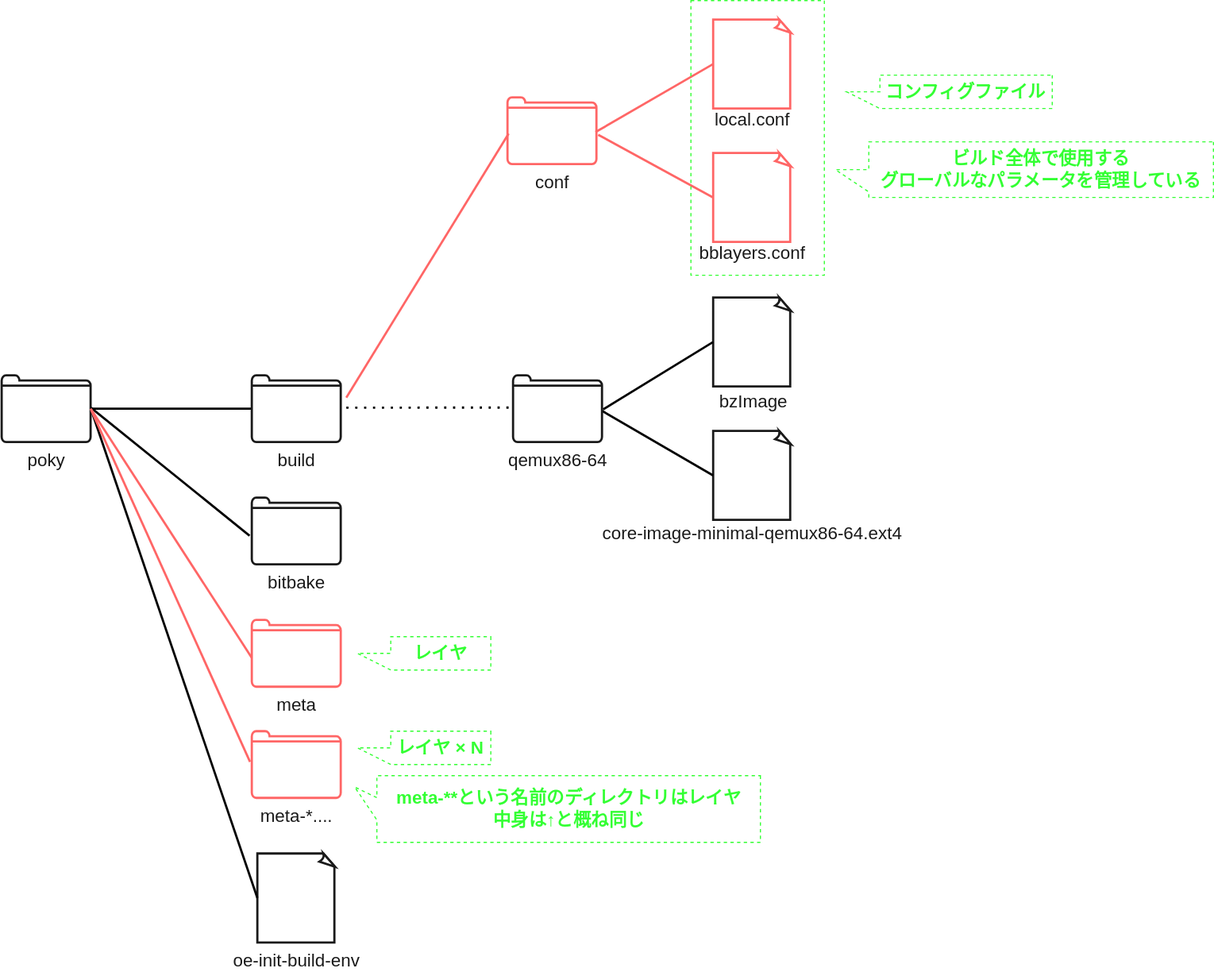
Before: manual/docs/level-2/images/poky_directory_rough.drawio.svg, a diagram exported from draw.io (AngryMane/yocto-learning). Source tidied: cells renumbered, new cells last; positions are measured from the earlier drawing's top-left corner, leaving out a move shared by most shapes. Its diagram source:
```xml
<mxGraphModel>
  <root>
    <mxCell id="0" />
    <mxCell id="1" parent="0" />
    <mxCell id="2" style="whiteSpace=wrap;html=1;shape=mxgraph.basic.document;strokeColor=#1A1A1A;strokeWidth=2;fontColor=#1A1A1A;" parent="1" vertex="1">
      <mxGeometry x="230" y="767" width="70" height="80" as="geometry" />
    </mxCell>
    <mxCell id="3" style="edgeStyle=none;html=1;fontSize=16;fontColor=#FFFFFF;endArrow=none;endFill=0;strokeWidth=2;" parent="1" edge="1" source="7" target="8">
      <mxGeometry relative="1" as="geometry" />
    </mxCell>
    <mxCell id="4" style="edgeStyle=none;html=1;entryX=-0.025;entryY=0.57;entryDx=0;entryDy=0;entryPerimeter=0;fontSize=16;fontColor=#FFFFFF;endArrow=none;endFill=0;strokeWidth=2;exitX=1.003;exitY=0.484;exitDx=0;exitDy=0;exitPerimeter=0;" parent="1" edge="1" source="7" target="9">
      <mxGeometry relative="1" as="geometry" />
    </mxCell>
    <mxCell id="5" style="edgeStyle=none;html=1;entryX=0;entryY=0.5;entryDx=0;entryDy=0;entryPerimeter=0;fontSize=16;fontColor=#FFFFFF;endArrow=none;endFill=0;strokeWidth=2;exitX=0.988;exitY=0.444;exitDx=0;exitDy=0;exitPerimeter=0;" parent="1" edge="1" source="7" target="2">
      <mxGeometry relative="1" as="geometry" />
    </mxCell>
    <mxCell id="6" style="edgeStyle=none;html=1;entryX=0.005;entryY=0.577;entryDx=0;entryDy=0;entryPerimeter=0;fontSize=16;fontColor=#FFFFFF;endArrow=none;endFill=0;strokeWidth=2;exitX=1.003;exitY=0.504;exitDx=0;exitDy=0;exitPerimeter=0;strokeColor=#FF6666;" parent="1" edge="1" source="7" target="11">
      <mxGeometry relative="1" as="geometry" />
    </mxCell>
    <mxCell id="7" value="poky" style="html=1;verticalLabelPosition=bottom;align=center;labelBackgroundColor=none;verticalAlign=top;strokeWidth=2;strokeColor=#1A1A1A;shadow=0;dashed=0;shape=mxgraph.ios7.icons.folder;fontColor=#1A1A1A;fontSize=16;" parent="1" vertex="1">
      <mxGeometry y="337" width="80" height="60" as="geometry" />
    </mxCell>
    <mxCell id="8" value="build" style="html=1;verticalLabelPosition=bottom;align=center;labelBackgroundColor=none;verticalAlign=top;strokeWidth=2;strokeColor=#1A1A1A;shadow=0;dashed=0;shape=mxgraph.ios7.icons.folder;fontColor=#1A1A1A;fontSize=16;" parent="1" vertex="1">
      <mxGeometry x="225" y="337" width="80" height="60" as="geometry" />
    </mxCell>
    <mxCell id="9" value="bitbake" style="html=1;verticalLabelPosition=bottom;align=center;labelBackgroundColor=none;verticalAlign=top;strokeWidth=2;strokeColor=#1A1A1A;shadow=0;dashed=0;shape=mxgraph.ios7.icons.folder;fontColor=#1A1A1A;fontSize=16;" parent="1" vertex="1">
      <mxGeometry x="225" y="447" width="80" height="60" as="geometry" />
    </mxCell>
    <mxCell id="10" value="oe-init-build-env" style="text;html=1;align=center;verticalAlign=middle;strokeColor=none;fillColor=none;fontSize=16;fontColor=#1A1A1A;" parent="1" vertex="1">
      <mxGeometry x="200" y="852.5" width="130" height="20" as="geometry" />
    </mxCell>
    <mxCell id="11" value="meta" style="html=1;verticalLabelPosition=bottom;align=center;labelBackgroundColor=none;verticalAlign=top;strokeWidth=2;strokeColor=#FF6666;shadow=0;dashed=0;shape=mxgraph.ios7.icons.folder;fontColor=#1A1A1A;fontSize=16;" parent="1" vertex="1">
      <mxGeometry x="225" y="557" width="80" height="60" as="geometry" />
    </mxCell>
    <mxCell id="12" style="whiteSpace=wrap;html=1;shape=mxgraph.basic.document;strokeColor=#1A1A1A;strokeWidth=2;fontColor=#1A1A1A;" parent="1" vertex="1">
      <mxGeometry x="640" y="267" width="70" height="80" as="geometry" />
    </mxCell>
    <mxCell id="13" style="whiteSpace=wrap;html=1;shape=mxgraph.basic.document;strokeColor=#1A1A1A;strokeWidth=2;fontColor=#1A1A1A;" parent="1" vertex="1">
      <mxGeometry x="640" y="387" width="70" height="80" as="geometry" />
    </mxCell>
    <mxCell id="14" style="endArrow=none;dashed=1;html=1;dashPattern=1 3;strokeWidth=2;fontSize=16;fontColor=#FFFFFF;entryX=0;entryY=0.483;entryDx=0;entryDy=0;entryPerimeter=0;" parent="1" edge="1" target="17">
      <mxGeometry relative="1" as="geometry">
        <mxPoint x="310" y="366" as="sourcePoint" />
      </mxGeometry>
    </mxCell>
    <mxCell id="15" style="edgeStyle=none;html=1;entryX=0;entryY=0.5;entryDx=0;entryDy=0;entryPerimeter=0;fontSize=16;fontColor=#FFFFFF;endArrow=none;endFill=0;strokeWidth=2;exitX=1.013;exitY=0.51;exitDx=0;exitDy=0;exitPerimeter=0;" parent="1" edge="1" source="17" target="12">
      <mxGeometry relative="1" as="geometry" />
    </mxCell>
    <mxCell id="16" style="edgeStyle=none;html=1;entryX=0;entryY=0.5;entryDx=0;entryDy=0;entryPerimeter=0;fontSize=16;fontColor=#FFFFFF;endArrow=none;endFill=0;strokeWidth=2;exitX=0.998;exitY=0.53;exitDx=0;exitDy=0;exitPerimeter=0;" parent="1" edge="1" source="17" target="13">
      <mxGeometry relative="1" as="geometry" />
    </mxCell>
    <mxCell id="17" value="qemux86-64" style="html=1;verticalLabelPosition=bottom;align=center;labelBackgroundColor=none;verticalAlign=top;strokeWidth=2;strokeColor=#1A1A1A;shadow=0;dashed=0;shape=mxgraph.ios7.icons.folder;fontColor=#1A1A1A;fontSize=16;" parent="1" vertex="1">
      <mxGeometry x="460" y="337" width="80" height="60" as="geometry" />
    </mxCell>
    <mxCell id="18" value="bzImage" style="text;html=1;align=center;verticalAlign=middle;strokeColor=none;fillColor=none;fontSize=16;fontColor=#1A1A1A;" parent="1" vertex="1">
      <mxGeometry x="636" y="350" width="80" height="20" as="geometry" />
    </mxCell>
    <mxCell id="19" value="core-image-minimal-qemux86-64.ext4" style="text;html=1;align=center;verticalAlign=middle;strokeColor=none;fillColor=none;fontSize=16;fontColor=#1A1A1A;" parent="1" vertex="1">
      <mxGeometry x="535" y="469" width="280" height="20" as="geometry" />
    </mxCell>
    <mxCell id="20" value="conf" style="html=1;verticalLabelPosition=bottom;align=center;labelBackgroundColor=none;verticalAlign=top;strokeWidth=2;strokeColor=#FF6666;shadow=0;dashed=0;shape=mxgraph.ios7.icons.folder;fontColor=#1A1A1A;fontSize=16;" parent="1" vertex="1">
      <mxGeometry x="455" y="87" width="80" height="60" as="geometry" />
    </mxCell>
    <mxCell id="21" style="edgeStyle=none;html=1;fontSize=16;fontColor=#FFFFFF;endArrow=none;endFill=0;strokeWidth=2;entryX=0.013;entryY=0.544;entryDx=0;entryDy=0;entryPerimeter=0;strokeColor=#FF6666;" parent="1" edge="1" target="20">
      <mxGeometry relative="1" as="geometry">
        <mxPoint x="310" y="357" as="sourcePoint" />
      </mxGeometry>
    </mxCell>
    <mxCell id="22" style="whiteSpace=wrap;html=1;shape=mxgraph.basic.document;strokeColor=#FF6666;strokeWidth=2;fontColor=#1A1A1A;" parent="1" vertex="1">
      <mxGeometry x="640" y="17" width="70" height="80" as="geometry" />
    </mxCell>
    <mxCell id="23" style="whiteSpace=wrap;html=1;shape=mxgraph.basic.document;strokeColor=#FF6666;strokeWidth=2;fontColor=#1A1A1A;" parent="1" vertex="1">
      <mxGeometry x="640" y="137" width="70" height="80" as="geometry" />
    </mxCell>
    <mxCell id="24" value="local.conf" style="text;html=1;align=center;verticalAlign=middle;strokeColor=none;fillColor=none;fontSize=16;fontColor=#1A1A1A;" parent="1" vertex="1">
      <mxGeometry x="635" y="97" width="80" height="20" as="geometry" />
    </mxCell>
    <mxCell id="25" value="bblayers.conf" style="text;html=1;align=center;verticalAlign=middle;strokeColor=none;fillColor=none;fontSize=16;fontColor=#1A1A1A;" parent="1" vertex="1">
      <mxGeometry x="620" y="217" width="110" height="20" as="geometry" />
    </mxCell>
    <mxCell id="26" style="edgeStyle=none;html=1;fontSize=16;fontColor=#FFFFFF;endArrow=none;endFill=0;strokeWidth=2;entryX=0;entryY=0.5;entryDx=0;entryDy=0;entryPerimeter=0;exitX=0.99;exitY=0.52;exitDx=0;exitDy=0;exitPerimeter=0;strokeColor=#FF6666;" parent="1" edge="1" source="20" target="22">
      <mxGeometry relative="1" as="geometry" />
    </mxCell>
    <mxCell id="27" style="edgeStyle=none;html=1;fontSize=16;fontColor=#FFFFFF;endArrow=none;endFill=0;strokeWidth=2;entryX=0;entryY=0.5;entryDx=0;entryDy=0;entryPerimeter=0;exitX=1.02;exitY=0.56;exitDx=0;exitDy=0;exitPerimeter=0;strokeColor=#FF6666;" parent="1" edge="1" source="20" target="23">
      <mxGeometry relative="1" as="geometry" />
    </mxCell>
    <mxCell id="28" value="meta-*...." style="html=1;verticalLabelPosition=bottom;align=center;labelBackgroundColor=none;verticalAlign=top;strokeWidth=2;strokeColor=#FF6666;shadow=0;dashed=0;shape=mxgraph.ios7.icons.folder;fontColor=#1A1A1A;fontSize=16;" parent="1" vertex="1">
      <mxGeometry x="225" y="657" width="80" height="60" as="geometry" />
    </mxCell>
    <mxCell id="29" style="edgeStyle=none;html=1;entryX=-0.02;entryY=0.46;entryDx=0;entryDy=0;entryPerimeter=0;fontSize=16;fontColor=#FFFFFF;endArrow=none;endFill=0;strokeWidth=2;exitX=1;exitY=0.5;exitDx=0;exitDy=0;exitPerimeter=0;strokeColor=#FF6666;" parent="1" edge="1" source="7" target="28">
      <mxGeometry relative="1" as="geometry" />
    </mxCell>
    <mxCell id="30" value="レイヤ" style="shape=callout;whiteSpace=wrap;html=1;perimeter=calloutPerimeter;dashed=1;strokeWidth=1;fillColor=none;direction=south;strokeColor=#33FF33;fontColor=#33FF33;fontStyle=1;fontSize=16;" parent="1" vertex="1">
      <mxGeometry x="320" y="572" width="120" height="30" as="geometry" />
    </mxCell>
    <mxCell id="31" value="meta-**という名前のディレクトリはレイヤ&lt;br&gt;中身は↑と概ね同じ" style="shape=callout;whiteSpace=wrap;html=1;perimeter=calloutPerimeter;dashed=1;strokeWidth=1;fillColor=none;direction=south;strokeColor=#33FF33;fontColor=#33FF33;fontStyle=1;fontSize=16;size=20;position=0.33;position2=0.17;" parent="1" vertex="1">
      <mxGeometry x="317.5" y="697" width="365" height="60" as="geometry" />
    </mxCell>
    <mxCell id="32" value="コンフィグファイル" style="shape=callout;whiteSpace=wrap;html=1;perimeter=calloutPerimeter;dashed=1;strokeWidth=1;fillColor=none;direction=south;strokeColor=#33FF33;fontColor=#33FF33;fontStyle=1;fontSize=16;" parent="1" vertex="1">
      <mxGeometry x="760" y="67" width="185" height="30" as="geometry" />
    </mxCell>
    <mxCell id="33" value="ビルド全体で使用する&lt;br&gt;グローバルなパラメータを管理している" style="shape=callout;whiteSpace=wrap;html=1;perimeter=calloutPerimeter;dashed=1;strokeWidth=1;fillColor=none;direction=south;strokeColor=#33FF33;fontColor=#33FF33;fontStyle=1;fontSize=16;" parent="1" vertex="1">
      <mxGeometry x="750" y="127" width="340" height="50" as="geometry" />
    </mxCell>
    <mxCell id="34" value="レイヤ × N" style="shape=callout;whiteSpace=wrap;html=1;perimeter=calloutPerimeter;dashed=1;strokeWidth=1;fillColor=none;direction=south;strokeColor=#33FF33;fontColor=#33FF33;fontStyle=1;fontSize=16;" parent="1" vertex="1">
      <mxGeometry x="320" y="657" width="120" height="30" as="geometry" />
    </mxCell>
    <mxCell id="35" style="rounded=0;whiteSpace=wrap;html=1;fillColor=none;strokeColor=#33FF33;dashed=1;" parent="1" vertex="1">
      <mxGeometry x="620" width="120" height="247" as="geometry" />
    </mxCell>
  </root>
</mxGraphModel>
```
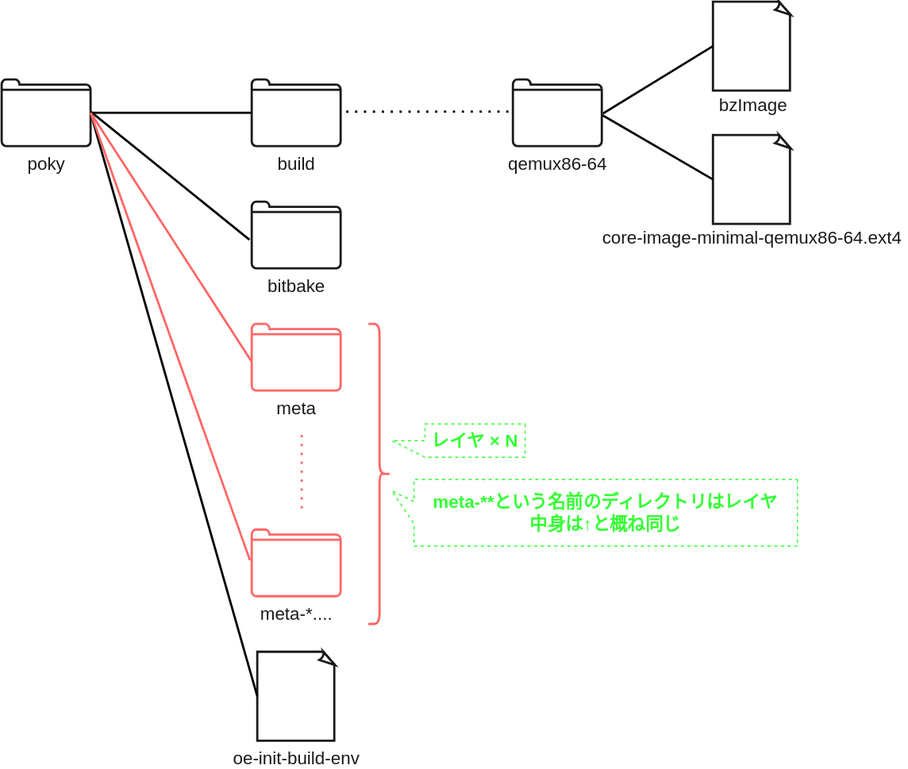
Later version of the same file.

The edit, as a diff of the source:
```diff
@@ -3,7 +3,7 @@
     <mxCell id="0" />
     <mxCell id="1" parent="0" />
     <mxCell id="2" style="whiteSpace=wrap;html=1;shape=mxgraph.basic.document;strokeColor=#1A1A1A;strokeWidth=2;fontColor=#1A1A1A;" parent="1" vertex="1">
-      <mxGeometry x="230" y="767" width="70" height="80" as="geometry" />
+      <mxGeometry x="230" y="852" width="70" height="80" as="geometry" />
     </mxCell>
     <mxCell id="3" style="edgeStyle=none;html=1;fontSize=16;fontColor=#FFFFFF;endArrow=none;endFill=0;strokeWidth=2;" parent="1" edge="1" source="7" target="8">
       <mxGeometry relative="1" as="geometry" />
@@ -27,7 +27,7 @@
       <mxGeometry x="225" y="447" width="80" height="60" as="geometry" />
     </mxCell>
     <mxCell id="10" value="oe-init-build-env" style="text;html=1;align=center;verticalAlign=middle;strokeColor=none;fillColor=none;fontSize=16;fontColor=#1A1A1A;" parent="1" vertex="1">
-      <mxGeometry x="200" y="852.5" width="130" height="20" as="geometry" />
+      <mxGeometry x="200" y="937.5" width="130" height="20" as="geometry" />
     </mxCell>
     <mxCell id="11" value="meta" style="html=1;verticalLabelPosition=bottom;align=center;labelBackgroundColor=none;verticalAlign=top;strokeWidth=2;strokeColor=#FF6666;shadow=0;dashed=0;shape=mxgraph.ios7.icons.folder;fontColor=#1A1A1A;fontSize=16;" parent="1" vertex="1">
       <mxGeometry x="225" y="557" width="80" height="60" as="geometry" />
@@ -58,55 +58,26 @@
     <mxCell id="19" value="core-image-minimal-qemux86-64.ext4" style="text;html=1;align=center;verticalAlign=middle;strokeColor=none;fillColor=none;fontSize=16;fontColor=#1A1A1A;" parent="1" vertex="1">
       <mxGeometry x="535" y="469" width="280" height="20" as="geometry" />
     </mxCell>
-    <mxCell id="20" value="conf" style="html=1;verticalLabelPosition=bottom;align=center;labelBackgroundColor=none;verticalAlign=top;strokeWidth=2;strokeColor=#FF6666;shadow=0;dashed=0;shape=mxgraph.ios7.icons.folder;fontColor=#1A1A1A;fontSize=16;" parent="1" vertex="1">
-      <mxGeometry x="455" y="87" width="80" height="60" as="geometry" />
-    </mxCell>
-    <mxCell id="21" style="edgeStyle=none;html=1;fontSize=16;fontColor=#FFFFFF;endArrow=none;endFill=0;strokeWidth=2;entryX=0.013;entryY=0.544;entryDx=0;entryDy=0;entryPerimeter=0;strokeColor=#FF6666;" parent="1" edge="1" target="20">
-      <mxGeometry relative="1" as="geometry">
-        <mxPoint x="310" y="357" as="sourcePoint" />
-      </mxGeometry>
-    </mxCell>
-    <mxCell id="22" style="whiteSpace=wrap;html=1;shape=mxgraph.basic.document;strokeColor=#FF6666;strokeWidth=2;fontColor=#1A1A1A;" parent="1" vertex="1">
-      <mxGeometry x="640" y="17" width="70" height="80" as="geometry" />
-    </mxCell>
-    <mxCell id="23" style="whiteSpace=wrap;html=1;shape=mxgraph.basic.document;strokeColor=#FF6666;strokeWidth=2;fontColor=#1A1A1A;" parent="1" vertex="1">
-      <mxGeometry x="640" y="137" width="70" height="80" as="geometry" />
-    </mxCell>
-    <mxCell id="24" value="local.conf" style="text;html=1;align=center;verticalAlign=middle;strokeColor=none;fillColor=none;fontSize=16;fontColor=#1A1A1A;" parent="1" vertex="1">
-      <mxGeometry x="635" y="97" width="80" height="20" as="geometry" />
-    </mxCell>
-    <mxCell id="25" value="bblayers.conf" style="text;html=1;align=center;verticalAlign=middle;strokeColor=none;fillColor=none;fontSize=16;fontColor=#1A1A1A;" parent="1" vertex="1">
-      <mxGeometry x="620" y="217" width="110" height="20" as="geometry" />
-    </mxCell>
-    <mxCell id="26" style="edgeStyle=none;html=1;fontSize=16;fontColor=#FFFFFF;endArrow=none;endFill=0;strokeWidth=2;entryX=0;entryY=0.5;entryDx=0;entryDy=0;entryPerimeter=0;exitX=0.99;exitY=0.52;exitDx=0;exitDy=0;exitPerimeter=0;strokeColor=#FF6666;" parent="1" edge="1" source="20" target="22">
-      <mxGeometry relative="1" as="geometry" />
-    </mxCell>
-    <mxCell id="27" style="edgeStyle=none;html=1;fontSize=16;fontColor=#FFFFFF;endArrow=none;endFill=0;strokeWidth=2;entryX=0;entryY=0.5;entryDx=0;entryDy=0;entryPerimeter=0;exitX=1.02;exitY=0.56;exitDx=0;exitDy=0;exitPerimeter=0;strokeColor=#FF6666;" parent="1" edge="1" source="20" target="23">
-      <mxGeometry relative="1" as="geometry" />
-    </mxCell>
     <mxCell id="28" value="meta-*...." style="html=1;verticalLabelPosition=bottom;align=center;labelBackgroundColor=none;verticalAlign=top;strokeWidth=2;strokeColor=#FF6666;shadow=0;dashed=0;shape=mxgraph.ios7.icons.folder;fontColor=#1A1A1A;fontSize=16;" parent="1" vertex="1">
-      <mxGeometry x="225" y="657" width="80" height="60" as="geometry" />
+      <mxGeometry x="225" y="742" width="80" height="60" as="geometry" />
     </mxCell>
     <mxCell id="29" style="edgeStyle=none;html=1;entryX=-0.02;entryY=0.46;entryDx=0;entryDy=0;entryPerimeter=0;fontSize=16;fontColor=#FFFFFF;endArrow=none;endFill=0;strokeWidth=2;exitX=1;exitY=0.5;exitDx=0;exitDy=0;exitPerimeter=0;strokeColor=#FF6666;" parent="1" edge="1" source="7" target="28">
       <mxGeometry relative="1" as="geometry" />
     </mxCell>
-    <mxCell id="30" value="レイヤ" style="shape=callout;whiteSpace=wrap;html=1;perimeter=calloutPerimeter;dashed=1;strokeWidth=1;fillColor=none;direction=south;strokeColor=#33FF33;fontColor=#33FF33;fontStyle=1;fontSize=16;" parent="1" vertex="1">
-      <mxGeometry x="320" y="572" width="120" height="30" as="geometry" />
-    </mxCell>
     <mxCell id="31" value="meta-**という名前のディレクトリはレイヤ&lt;br&gt;中身は↑と概ね同じ" style="shape=callout;whiteSpace=wrap;html=1;perimeter=calloutPerimeter;dashed=1;strokeWidth=1;fillColor=none;direction=south;strokeColor=#33FF33;fontColor=#33FF33;fontStyle=1;fontSize=16;size=20;position=0.33;position2=0.17;" parent="1" vertex="1">
-      <mxGeometry x="317.5" y="697" width="365" height="60" as="geometry" />
+      <mxGeometry x="351" y="697" width="365" height="60" as="geometry" />
     </mxCell>
-    <mxCell id="32" value="コンフィグファイル" style="shape=callout;whiteSpace=wrap;html=1;perimeter=calloutPerimeter;dashed=1;strokeWidth=1;fillColor=none;direction=south;strokeColor=#33FF33;fontColor=#33FF33;fontStyle=1;fontSize=16;" parent="1" vertex="1">
-      <mxGeometry x="760" y="67" width="185" height="30" as="geometry" />
-    </mxCell>
-    <mxCell id="33" value="ビルド全体で使用する&lt;br&gt;グローバルなパラメータを管理している" style="shape=callout;whiteSpace=wrap;html=1;perimeter=calloutPerimeter;dashed=1;strokeWidth=1;fillColor=none;direction=south;strokeColor=#33FF33;fontColor=#33FF33;fontStyle=1;fontSize=16;" parent="1" vertex="1">
-      <mxGeometry x="750" y="127" width="340" height="50" as="geometry" />
-    </mxCell>
     <mxCell id="34" value="レイヤ × N" style="shape=callout;whiteSpace=wrap;html=1;perimeter=calloutPerimeter;dashed=1;strokeWidth=1;fillColor=none;direction=south;strokeColor=#33FF33;fontColor=#33FF33;fontStyle=1;fontSize=16;" parent="1" vertex="1">
-      <mxGeometry x="320" y="657" width="120" height="30" as="geometry" />
+      <mxGeometry x="351" y="647" width="120" height="30" as="geometry" />
     </mxCell>
-    <mxCell id="35" style="rounded=0;whiteSpace=wrap;html=1;fillColor=none;strokeColor=#33FF33;dashed=1;" parent="1" vertex="1">
-      <mxGeometry x="620" width="120" height="247" as="geometry" />
+    <mxCell id="35" style="endArrow=none;dashed=1;html=1;dashPattern=1 3;strokeWidth=2;fontSize=16;fontColor=#FFFFFF;strokeColor=#FF6666;" parent="1" edge="1">
+      <mxGeometry relative="1" as="geometry">
+        <mxPoint x="270" y="657" as="sourcePoint" />
+        <mxPoint x="270" y="727" as="targetPoint" />
+      </mxGeometry>
     </mxCell>
+    <mxCell id="36" style="shape=curlyBracket;whiteSpace=wrap;html=1;rounded=1;flipH=1;strokeColor=#FF6666;strokeWidth=2;" parent="1" vertex="1">
+      <mxGeometry x="330" y="557" width="20" height="270" as="geometry" />
+    </mxCell>
   </root>
 </mxGraphModel>
```
